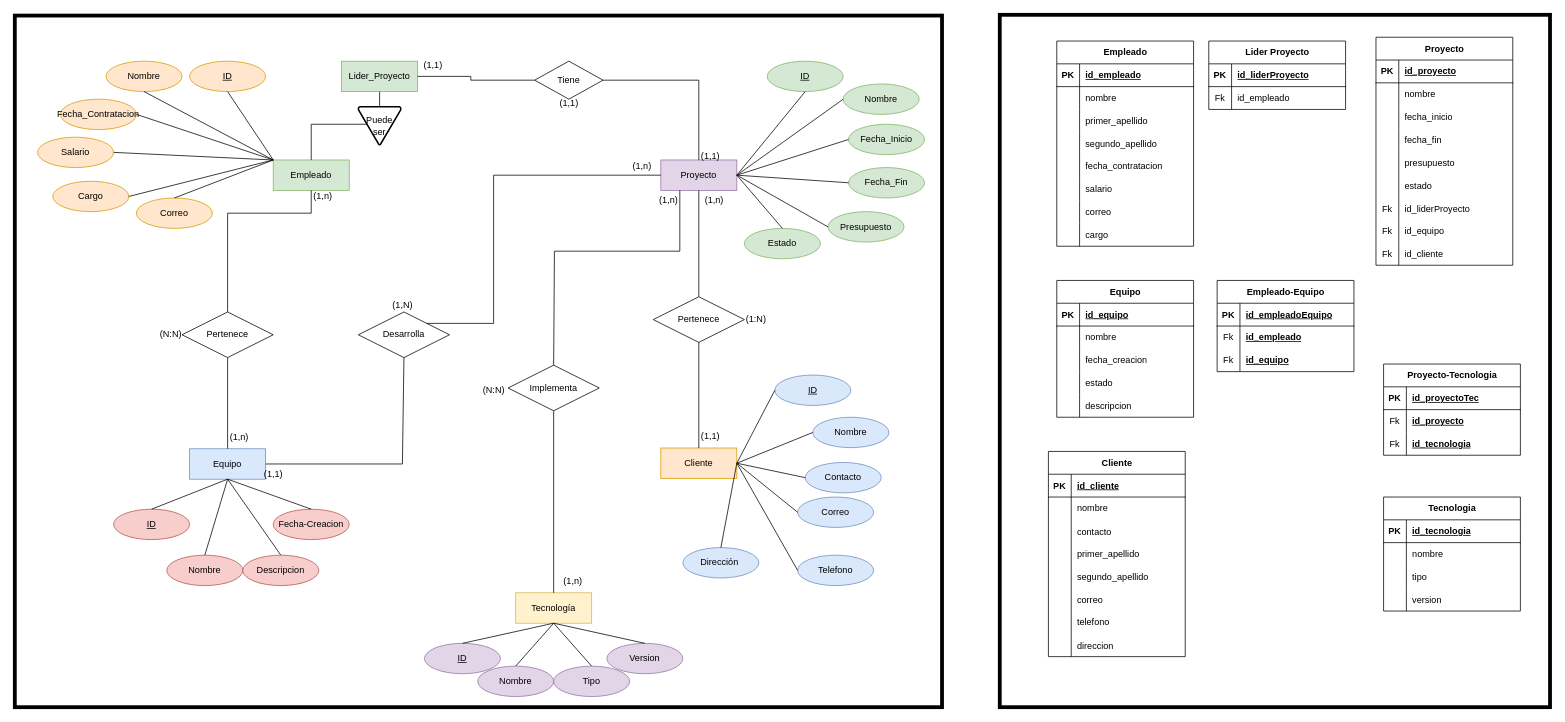
SebassX69/DiagramasDB keeps this draw.io diagram as Proyecto.drawio. Above is the earlier version. Source tidied: cells renumbered, new cells numbered last; positions are measured from the earlier drawing's top-left corner, leaving out a move shared by most shapes. Both pictures are drawn from the tidied source at 76%, with x=0, y=0 at pixel (14, 14).
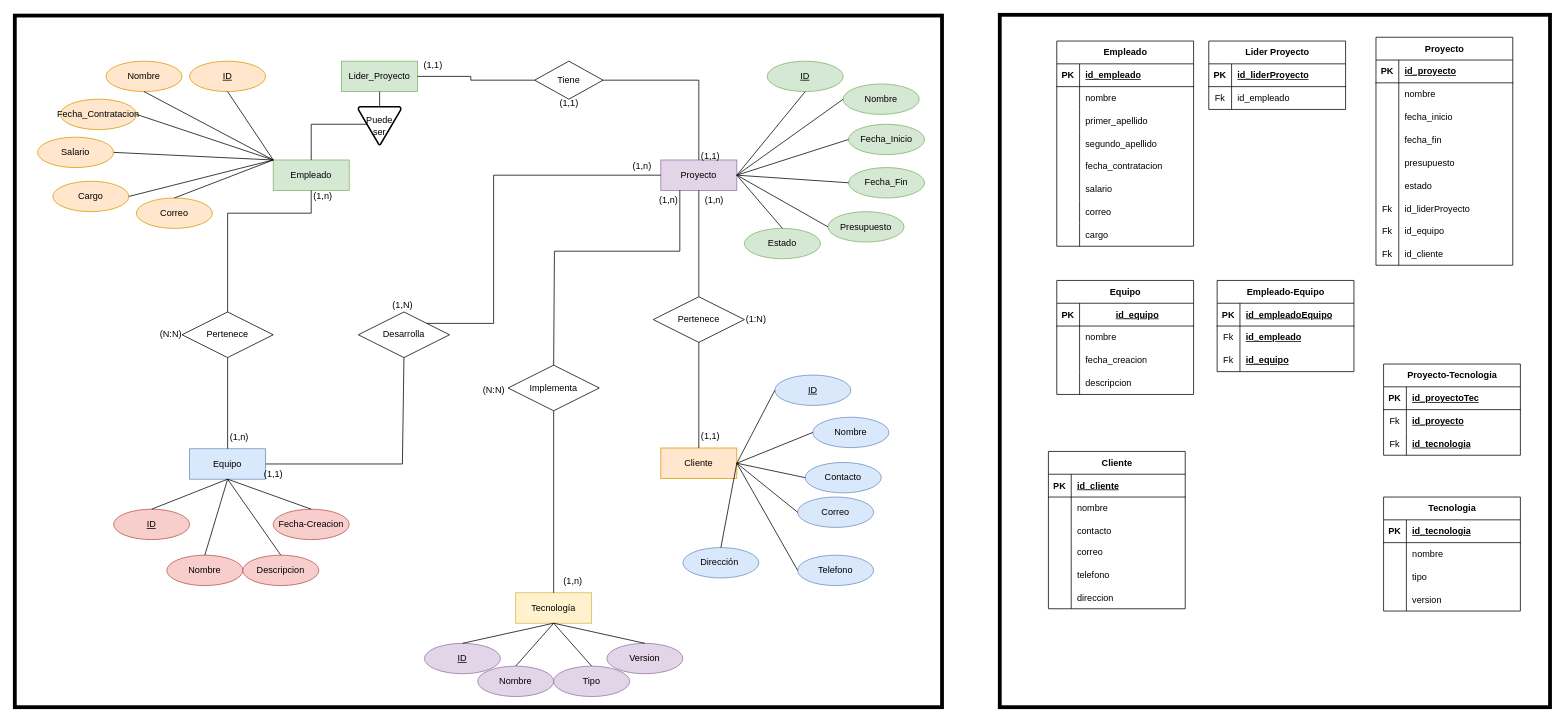
The same diagram, later.

Unchanged cells that the change refers to:
```xml
<mxCell id="183" style="shape=tableRow;horizontal=0;startSize=0;swimlaneHead=0;swimlaneBody=0;fillColor=none;top=0;left=0;right=0;bottom=1;" parent="182" vertex="1">
  <mxGeometry y="30" width="180" height="30" as="geometry" />
</mxCell>
```

Change to the diagram source:
```diff
@@
     <mxCell id="144" value="Cliente" style="shape=table;startSize=30;childLayout=tableLayout;rowLines=0;fontStyle=1;align=center;html=1;" parent="1" vertex="1">
-      <mxGeometry x="1360" y="574.5" width="180" height="270" as="geometry" />
+      <mxGeometry x="1360" y="574.5" width="180" height="207" as="geometry" />
     </mxCell>
@@
     <mxCell id="151" style="shape=tableRow;horizontal=0;startSize=0;swimlaneHead=0;swimlaneBody=0;fillColor=none;top=0;left=0;right=0;bottom=0;" parent="144" vertex="1">
-      <mxGeometry y="90" width="180" height="30" as="geometry" />
+      <mxGeometry y="90" width="180" height="27" as="geometry" />
     </mxCell>
     <mxCell id="152" style="shape=partialRectangle;fillColor=none;top=0;left=0;bottom=0;right=0;overflow=hidden;" parent="151" vertex="1">
-      <mxGeometry width="30" height="30" as="geometry" />
+      <mxGeometry width="30" height="27" as="geometry" />
     </mxCell>
     <mxCell id="153" value="contacto" style="shape=partialRectangle;fillColor=none;top=0;left=0;bottom=0;right=0;align=left;spacingLeft=6;overflow=hidden;" parent="151" vertex="1">
-      <mxGeometry x="30" width="150" height="30" as="geometry" />
+      <mxGeometry x="30" width="150" height="27" as="geometry" />
     </mxCell>
-    <mxCell id="154" style="shape=tableRow;horizontal=0;startSize=0;swimlaneHead=0;swimlaneBody=0;fillColor=none;top=0;left=0;right=0;bottom=0;" parent="144" vertex="1">
-      <mxGeometry y="120" width="180" height="30" as="geometry" />
-    </mxCell>
-    <mxCell id="155" style="shape=partialRectangle;fillColor=none;top=0;left=0;bottom=0;right=0;overflow=hidden;" parent="154" vertex="1">
-      <mxGeometry width="30" height="30" as="geometry" />
-    </mxCell>
-    <mxCell id="156" value="primer_apellido" style="shape=partialRectangle;fillColor=none;top=0;left=0;bottom=0;right=0;align=left;spacingLeft=6;overflow=hidden;" parent="154" vertex="1">
-      <mxGeometry x="30" width="150" height="30" as="geometry" />
-    </mxCell>
-    <mxCell id="157" style="shape=tableRow;horizontal=0;startSize=0;swimlaneHead=0;swimlaneBody=0;fillColor=none;top=0;left=0;right=0;bottom=0;" parent="144" vertex="1">
-      <mxGeometry y="150" width="180" height="30" as="geometry" />
-    </mxCell>
-    <mxCell id="158" style="shape=partialRectangle;fillColor=none;top=0;left=0;bottom=0;right=0;overflow=hidden;" parent="157" vertex="1">
-      <mxGeometry width="30" height="30" as="geometry" />
-    </mxCell>
-    <mxCell id="159" value="segundo_apellido" style="shape=partialRectangle;fillColor=none;top=0;left=0;bottom=0;right=0;align=left;spacingLeft=6;overflow=hidden;" parent="157" vertex="1">
-      <mxGeometry x="30" width="150" height="30" as="geometry" />
-    </mxCell>
     <mxCell id="160" style="shape=tableRow;horizontal=0;startSize=0;swimlaneHead=0;swimlaneBody=0;fillColor=none;top=0;left=0;right=0;bottom=0;" parent="144" vertex="1">
-      <mxGeometry y="180" width="180" height="30" as="geometry" />
+      <mxGeometry y="117" width="180" height="30" as="geometry" />
     </mxCell>
@@
     <mxCell id="163" style="shape=tableRow;horizontal=0;startSize=0;swimlaneHead=0;swimlaneBody=0;fillColor=none;top=0;left=0;right=0;bottom=0;" parent="144" vertex="1">
-      <mxGeometry y="210" width="180" height="30" as="geometry" />
+      <mxGeometry y="147" width="180" height="30" as="geometry" />
     </mxCell>
@@
     <mxCell id="166" style="shape=tableRow;horizontal=0;startSize=0;swimlaneHead=0;swimlaneBody=0;fillColor=none;top=0;left=0;right=0;bottom=0;" parent="144" vertex="1">
-      <mxGeometry y="240" width="180" height="30" as="geometry" />
+      <mxGeometry y="177" width="180" height="30" as="geometry" />
     </mxCell>
@@
     <mxCell id="182" value="Equipo" style="shape=table;startSize=30;childLayout=tableLayout;rowLines=0;fontStyle=1;align=center;html=1;" parent="1" vertex="1">
-      <mxGeometry x="1371" y="349.5" width="180" height="180" as="geometry" />
+      <mxGeometry x="1371" y="349.5" width="180" height="150" as="geometry" />
     </mxCell>
@@
-    <mxCell id="185" value="id_equipo" style="shape=partialRectangle;fillColor=none;top=0;left=0;bottom=0;right=0;align=left;spacingLeft=6;fontStyle=5;overflow=hidden;whiteSpace=wrap;html=1;" parent="183" vertex="1">
+    <mxCell id="185" value="&lt;blockquote style=&quot;margin: 0 0 0 40px; border: none; padding: 0px;&quot;&gt;id_equipo&lt;/blockquote&gt;" style="shape=partialRectangle;fillColor=none;top=0;left=0;bottom=0;right=0;align=left;spacingLeft=6;fontStyle=5;overflow=hidden;whiteSpace=wrap;html=1;" parent="183" vertex="1">
       <mxGeometry x="30" width="150" height="30" as="geometry" />
     </mxCell>
@@
-    <mxCell id="192" style="shape=tableRow;horizontal=0;startSize=0;swimlaneHead=0;swimlaneBody=0;fillColor=none;top=0;left=0;right=0;bottom=0;" parent="182" vertex="1">
-      <mxGeometry y="120" width="180" height="30" as="geometry" />
-    </mxCell>
-    <mxCell id="193" style="shape=partialRectangle;fillColor=none;top=0;left=0;bottom=0;right=0;overflow=hidden;" parent="192" vertex="1">
-      <mxGeometry width="30" height="30" as="geometry" />
-    </mxCell>
-    <mxCell id="194" value="estado" style="shape=partialRectangle;fillColor=none;top=0;left=0;bottom=0;right=0;align=left;spacingLeft=6;overflow=hidden;" parent="192" vertex="1">
-      <mxGeometry x="30" width="150" height="30" as="geometry" />
-    </mxCell>
     <mxCell id="195" style="shape=tableRow;horizontal=0;startSize=0;swimlaneHead=0;swimlaneBody=0;fillColor=none;top=0;left=0;right=0;bottom=0;" parent="182" vertex="1">
-      <mxGeometry y="150" width="180" height="30" as="geometry" />
+      <mxGeometry y="120" width="180" height="30" as="geometry" />
     </mxCell>
```
